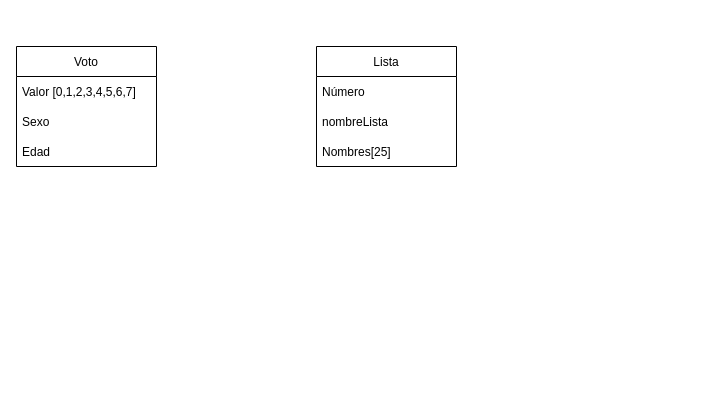
The draw.io diagram AyED.drawio in sofiaPalavecino/AyEd-anual, before the edit. Source tidied: cells renumbered, new cells numbered last; positions are measured from the earlier drawing's top-left corner, leaving out a move shared by most shapes. Both pictures are drawn from the tidied source at 100%, with x=0, y=0 at pixel (16, 46).
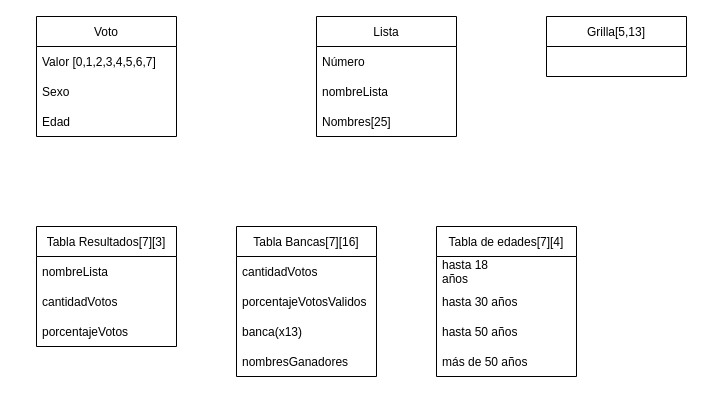
After the change.

Change to the diagram source:
```diff
@@
     <mxCell id="2" value="Voto" style="swimlane;fontStyle=0;horizontal=1;startSize=30;" parent="1" vertex="1">
-      <mxGeometry width="140" height="120" as="geometry" />
+      <mxGeometry x="20" y="-30" width="140" height="120" as="geometry" />
     </mxCell>
@@
     <mxCell id="6" value="Lista" style="swimlane;fontStyle=0;horizontal=1;startSize=30;" parent="1" vertex="1">
-      <mxGeometry x="300" width="140" height="120" as="geometry" />
+      <mxGeometry x="300" y="-30" width="140" height="120" as="geometry" />
     </mxCell>
@@
+    <mxCell id="10" value="Grilla[5,13]" style="swimlane;fontStyle=0;horizontal=1;startSize=30;" parent="1" vertex="1">
+      <mxGeometry x="530" y="-30" width="140" height="60" as="geometry" />
+    </mxCell>
+    <mxCell id="11" value="Tabla Resultados[7][3]" style="swimlane;fontStyle=0;horizontal=1;startSize=30;" parent="1" vertex="1">
+      <mxGeometry x="20" y="180" width="140" height="120" as="geometry" />
+    </mxCell>
+    <mxCell id="12" value="nombreLista" style="text;strokeColor=none;fillColor=none;align=left;verticalAlign=middle;spacingLeft=4;spacingRight=4;overflow=hidden;" parent="11" vertex="1">
+      <mxGeometry y="30" width="140" height="30" as="geometry" />
+    </mxCell>
+    <mxCell id="13" value="cantidadVotos" style="text;strokeColor=none;fillColor=none;align=left;verticalAlign=middle;spacingLeft=4;spacingRight=4;overflow=hidden;" parent="11" vertex="1">
+      <mxGeometry y="60" width="140" height="30" as="geometry" />
+    </mxCell>
+    <mxCell id="14" value="porcentajeVotos" style="text;strokeColor=none;fillColor=none;align=left;verticalAlign=middle;spacingLeft=4;spacingRight=4;overflow=hidden;" parent="11" vertex="1">
+      <mxGeometry y="90" width="140" height="30" as="geometry" />
+    </mxCell>
+    <mxCell id="15" value="Tabla Bancas[7][16]" style="swimlane;fontStyle=0;horizontal=1;startSize=30;" parent="1" vertex="1">
+      <mxGeometry x="220" y="180" width="140" height="150" as="geometry" />
+    </mxCell>
+    <mxCell id="16" value="cantidadVotos" style="text;strokeColor=none;fillColor=none;align=left;verticalAlign=middle;spacingLeft=4;spacingRight=4;overflow=hidden;" parent="15" vertex="1">
+      <mxGeometry y="30" width="140" height="30" as="geometry" />
+    </mxCell>
+    <mxCell id="17" value="porcentajeVotosValidos" style="text;strokeColor=none;fillColor=none;align=left;verticalAlign=middle;spacingLeft=4;spacingRight=4;overflow=hidden;" parent="15" vertex="1">
+      <mxGeometry y="60" width="140" height="30" as="geometry" />
+    </mxCell>
+    <mxCell id="18" value="banca(x13)" style="text;strokeColor=none;fillColor=none;align=left;verticalAlign=middle;spacingLeft=4;spacingRight=4;overflow=hidden;" parent="15" vertex="1">
+      <mxGeometry y="90" width="140" height="30" as="geometry" />
+    </mxCell>
+    <mxCell id="19" value="nombresGanadores" style="text;strokeColor=none;fillColor=none;align=left;verticalAlign=middle;spacingLeft=4;spacingRight=4;overflow=hidden;" parent="15" vertex="1">
+      <mxGeometry y="120" width="140" height="30" as="geometry" />
+    </mxCell>
+    <mxCell id="20" value="Tabla de edades[7][4]" style="swimlane;fontStyle=0;horizontal=1;startSize=30;" parent="1" vertex="1">
+      <mxGeometry x="420" y="180" width="140" height="150" as="geometry" />
+    </mxCell>
+    <mxCell id="21" value="hasta 18&#10;años" style="text;strokeColor=none;fillColor=none;align=left;verticalAlign=middle;spacingLeft=4;spacingRight=4;overflow=hidden;" parent="20" vertex="1">
+      <mxGeometry y="30" width="140" height="30" as="geometry" />
+    </mxCell>
+    <mxCell id="22" value="hasta 30 años" style="text;strokeColor=none;fillColor=none;align=left;verticalAlign=middle;spacingLeft=4;spacingRight=4;overflow=hidden;" parent="20" vertex="1">
+      <mxGeometry y="60" width="140" height="30" as="geometry" />
+    </mxCell>
+    <mxCell id="23" value="hasta 50 años" style="text;strokeColor=none;fillColor=none;align=left;verticalAlign=middle;spacingLeft=4;spacingRight=4;overflow=hidden;" parent="20" vertex="1">
+      <mxGeometry y="90" width="140" height="30" as="geometry" />
+    </mxCell>
+    <mxCell id="24" value="más de 50 años" style="text;strokeColor=none;fillColor=none;align=left;verticalAlign=middle;spacingLeft=4;spacingRight=4;overflow=hidden;" parent="20" vertex="1">
+      <mxGeometry y="120" width="140" height="30" as="geometry" />
+    </mxCell>
```
